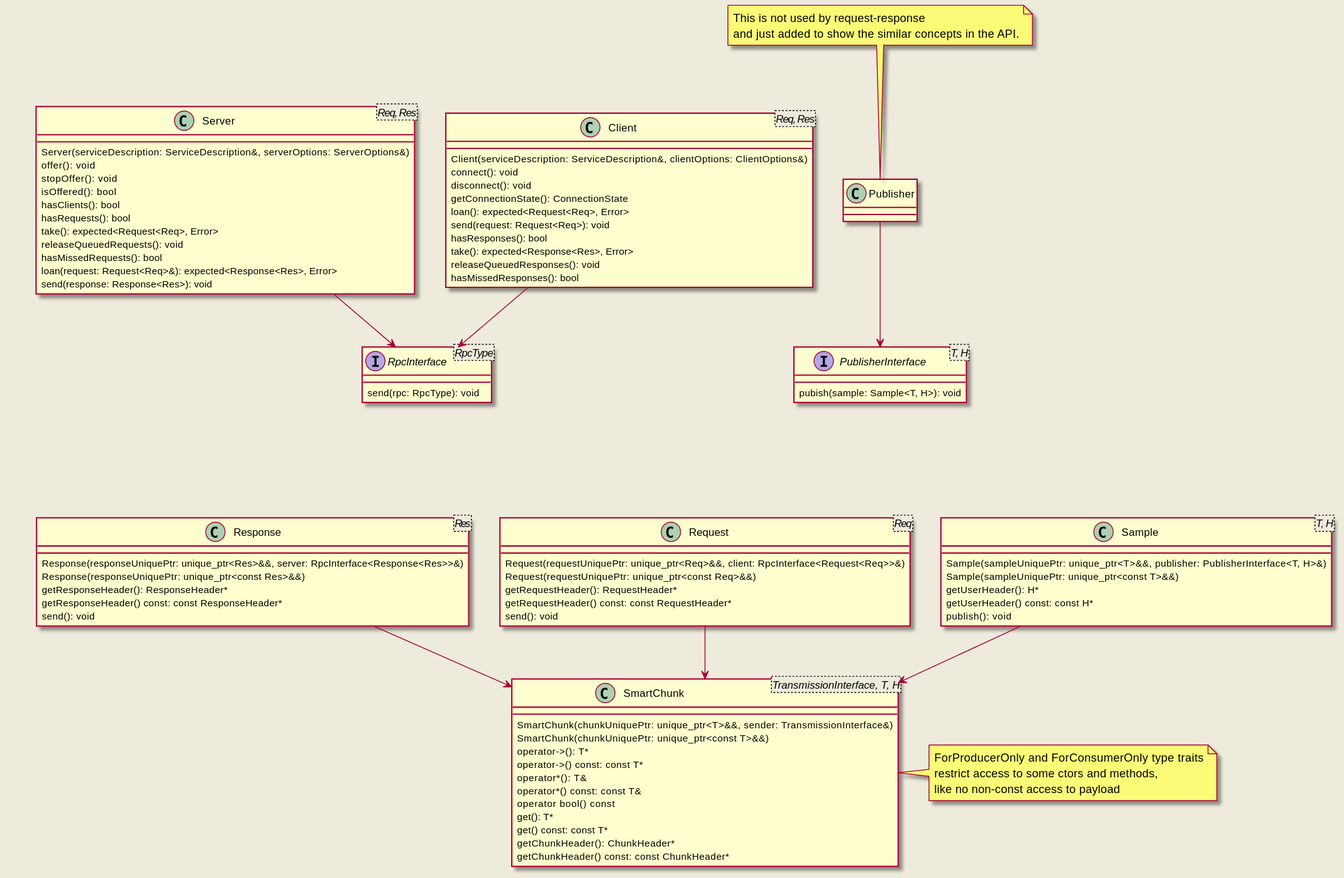
eclipse-iceoryx/iceoryx keeps this PlantUML diagram as doc/design/diagrams/request_response/typed_api.svg. Above is the earlier version. Its source is kept beside it as doc/design/diagrams/request_response/typed_api.puml.
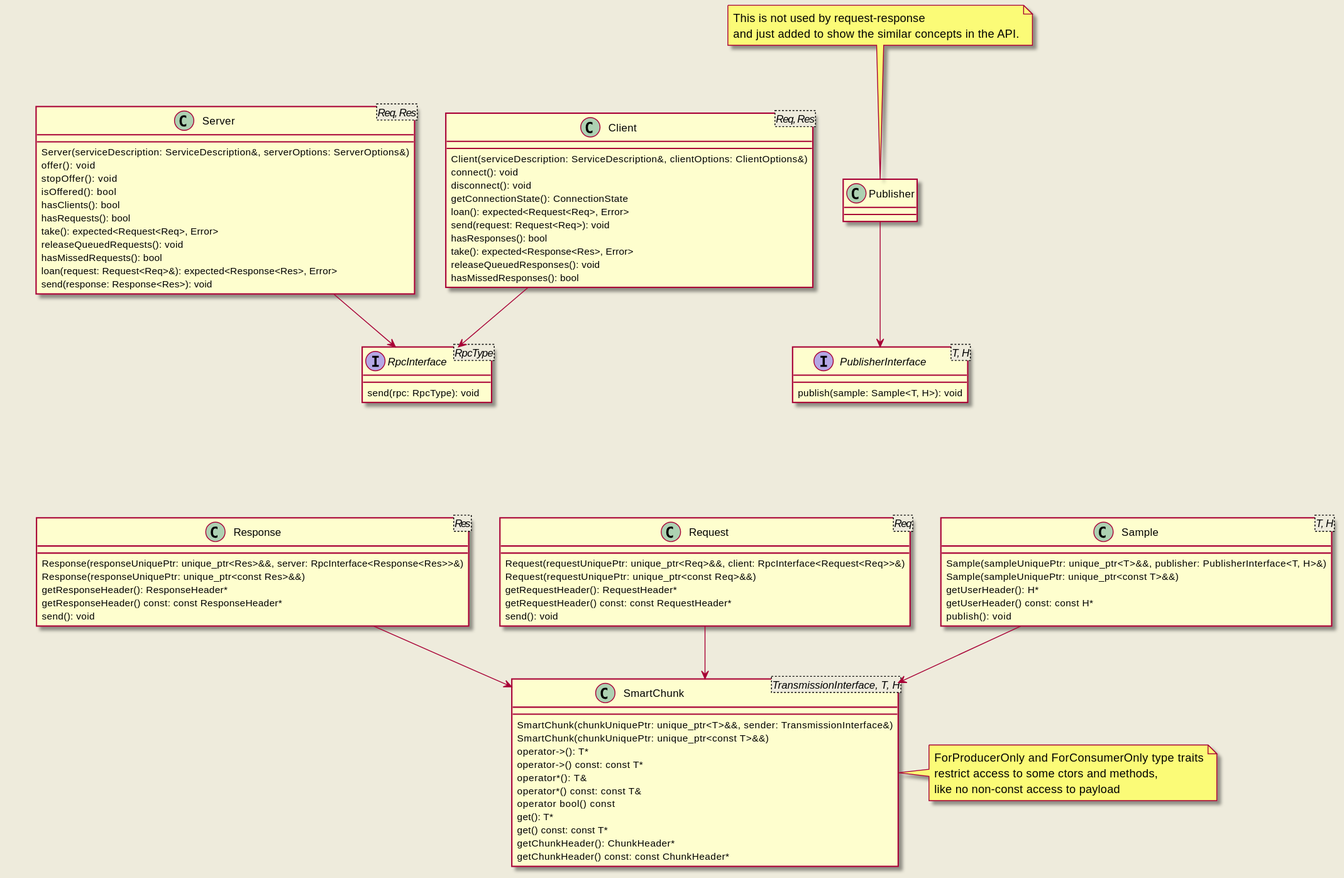
The same diagram one commit later.

Commit message:
iox-#27 Fix typo in typed API

Diff of the diagram source:
```diff
@@ -50,7 +50,7 @@
 note right of SmartChunk: ForProducerOnly and ForConsumerOnly type traits\nrestrict access to some ctors and methods,\nlike no non-const access to payload
 
 interface PublisherInterface<T, H> {
-  pubish(sample: Sample<T, H>): void
+  publish(sample: Sample<T, H>): void
 }
 
 interface RpcInterface <RpcType> {
```
